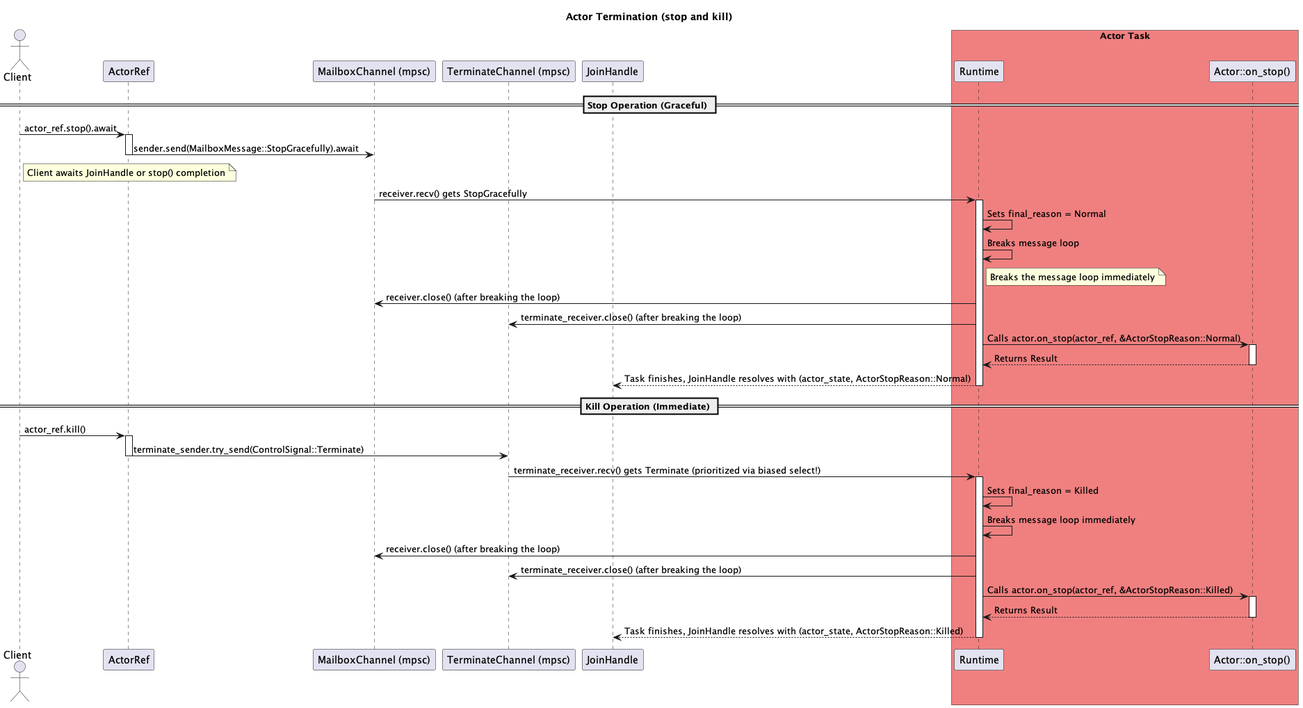
Above: docs/Actor Termination.png in hiking90/rsactor (PlantUML), before the change.
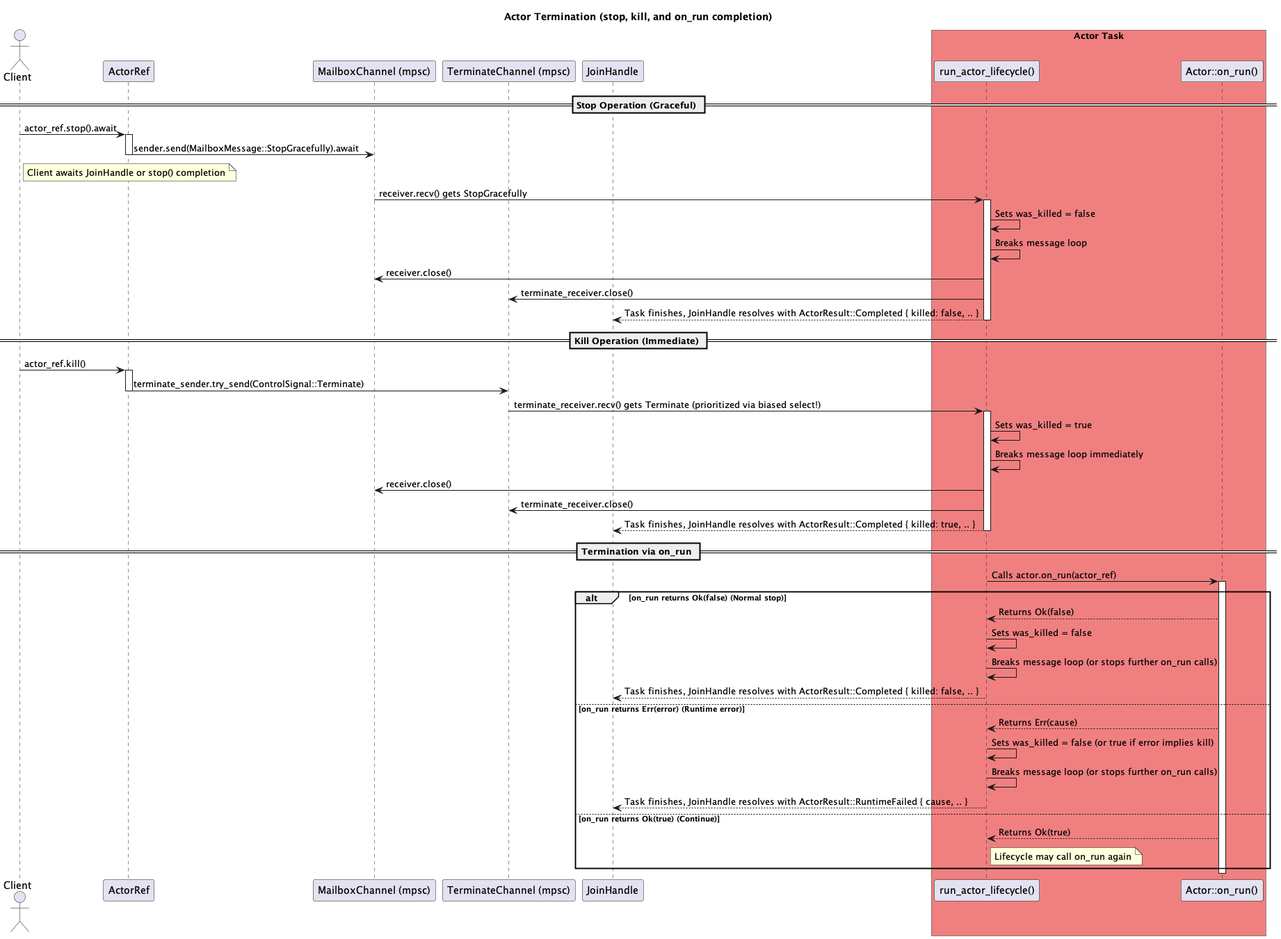
The same file after the commit.

The edit, as a diff of the source:
```diff
@@ -1,17 +1,17 @@
 @startuml Actor Termination
-title Actor Termination (stop and kill)
+title Actor Termination (stop, kill, and on_run completion)
 
 actor Client
 participant "ActorRef" as ActorRef_obj
 participant "MailboxChannel (mpsc)" as MailboxChannel
 participant "TerminateChannel (mpsc)" as TerminateChannel
-participant "Runtime" as Runtime_obj
-participant "Actor::on_stop()" as on_stop_method
+participant "run_actor_lifecycle()" as Lifecycle
+participant "Actor::on_run()" as on_run_method
 participant "JoinHandle" as JoinHandle_obj
 
 box "Actor Task" #LightCoral
-    participant Runtime_obj
-    participant on_stop_method
+    participant Lifecycle
+    participant on_run_method
 end box
 
 == Stop Operation (Graceful) ==
@@ -21,21 +21,14 @@
 deactivate ActorRef_obj
 note right of Client: Client awaits JoinHandle or stop() completion
 
-MailboxChannel -> Runtime_obj: receiver.recv() gets StopGracefully
-activate Runtime_obj
-Runtime_obj -> Runtime_obj: Sets final_reason = Normal
-Runtime_obj -> Runtime_obj: Breaks message loop
-note right of Runtime_obj: Breaks the message loop immediately
-Runtime_obj -> MailboxChannel: receiver.close() (after breaking the loop)
-Runtime_obj -> TerminateChannel: terminate_receiver.close() (after breaking the loop)
-
-Runtime_obj -> on_stop_method: Calls actor.on_stop(actor_ref, &ActorStopReason::Normal)
-activate on_stop_method
-on_stop_method --> Runtime_obj: Returns Result
-deactivate on_stop_method
-Runtime_obj --> JoinHandle_obj: Task finishes, JoinHandle resolves with (actor_state, ActorStopReason::Normal)
-deactivate Runtime_obj
-
+MailboxChannel -> Lifecycle: receiver.recv() gets StopGracefully
+activate Lifecycle
+Lifecycle -> Lifecycle: Sets was_killed = false
+Lifecycle -> Lifecycle: Breaks message loop
+Lifecycle -> MailboxChannel: receiver.close()
+Lifecycle -> TerminateChannel: terminate_receiver.close()
+Lifecycle --> JoinHandle_obj: Task finishes, JoinHandle resolves with ActorResult::Completed { killed: false, .. }
+deactivate Lifecycle
 
 == Kill Operation (Immediate) ==
 Client -> ActorRef_obj: actor_ref.kill()
@@ -43,18 +36,33 @@
 ActorRef_obj -> TerminateChannel: terminate_sender.try_send(ControlSignal::Terminate)
 deactivate ActorRef_obj
 
-TerminateChannel -> Runtime_obj: terminate_receiver.recv() gets Terminate (prioritized via biased select!)
-activate Runtime_obj
-Runtime_obj -> Runtime_obj: Sets final_reason = Killed
-Runtime_obj -> Runtime_obj: Breaks message loop immediately
-Runtime_obj -> MailboxChannel: receiver.close() (after breaking the loop)
-Runtime_obj -> TerminateChannel: terminate_receiver.close() (after breaking the loop)
+TerminateChannel -> Lifecycle: terminate_receiver.recv() gets Terminate (prioritized via biased select!)
+activate Lifecycle
+Lifecycle -> Lifecycle: Sets was_killed = true
+Lifecycle -> Lifecycle: Breaks message loop immediately
+Lifecycle -> MailboxChannel: receiver.close()
+Lifecycle -> TerminateChannel: terminate_receiver.close()
+Lifecycle --> JoinHandle_obj: Task finishes, JoinHandle resolves with ActorResult::Completed { killed: true, .. }
+deactivate Lifecycle
 
-Runtime_obj -> on_stop_method: Calls actor.on_stop(actor_ref, &ActorStopReason::Killed)
-activate on_stop_method
-on_stop_method --> Runtime_obj: Returns Result
-deactivate on_stop_method
-Runtime_obj --> JoinHandle_obj: Task finishes, JoinHandle resolves with (actor_state, ActorStopReason::Killed)
-deactivate Runtime_obj
+== Termination via on_run ==
+Lifecycle -> on_run_method: Calls actor.on_run(actor_ref)
+activate on_run_method
+alt on_run returns Ok(false) (Normal stop)
+    on_run_method --> Lifecycle: Returns Ok(false)
+    Lifecycle -> Lifecycle: Sets was_killed = false
+    Lifecycle -> Lifecycle: Breaks message loop (or stops further on_run calls)
+    Lifecycle --> JoinHandle_obj: Task finishes, JoinHandle resolves with ActorResult::Completed { killed: false, .. }
+else on_run returns Err(error) (Runtime error)
+    on_run_method --> Lifecycle: Returns Err(cause)
+    Lifecycle -> Lifecycle: Sets was_killed = false (or true if error implies kill)
+    Lifecycle -> Lifecycle: Breaks message loop (or stops further on_run calls)
+    Lifecycle --> JoinHandle_obj: Task finishes, JoinHandle resolves with ActorResult::RuntimeFailed { cause, .. }
+else on_run returns Ok(true) (Continue)
+    on_run_method --> Lifecycle: Returns Ok(true)
+    note right of Lifecycle: Lifecycle may call on_run again
+end
+deactivate on_run_method
+deactivate Lifecycle
 
 @enduml
```
